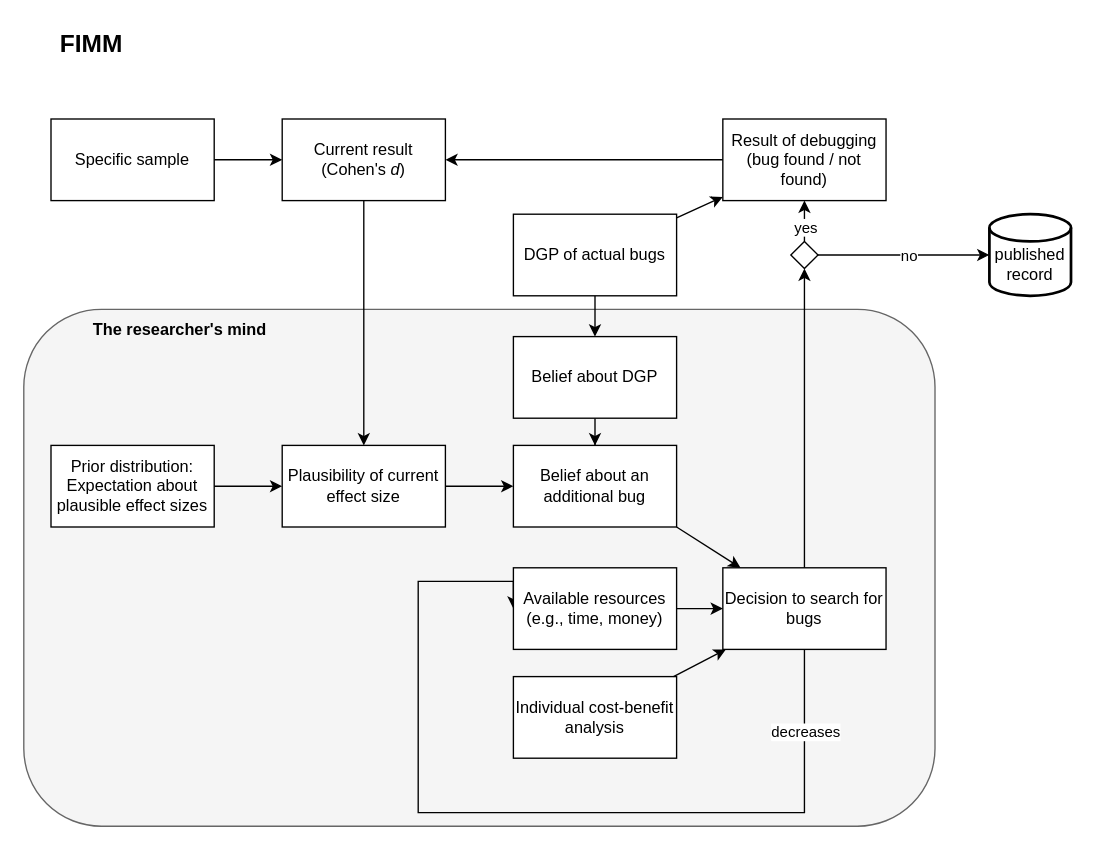
This is scientific_errors_VAST.drawio from nicebread/scientific_errors, a draw.io file, before an edit. Source tidied: cells renumbered, new cells numbered last; positions are measured from the earlier drawing's top-left corner, leaving out a move shared by most shapes. Both pictures are drawn from the tidied source at 136%, with x=0, y=0 at pixel (23, 23).
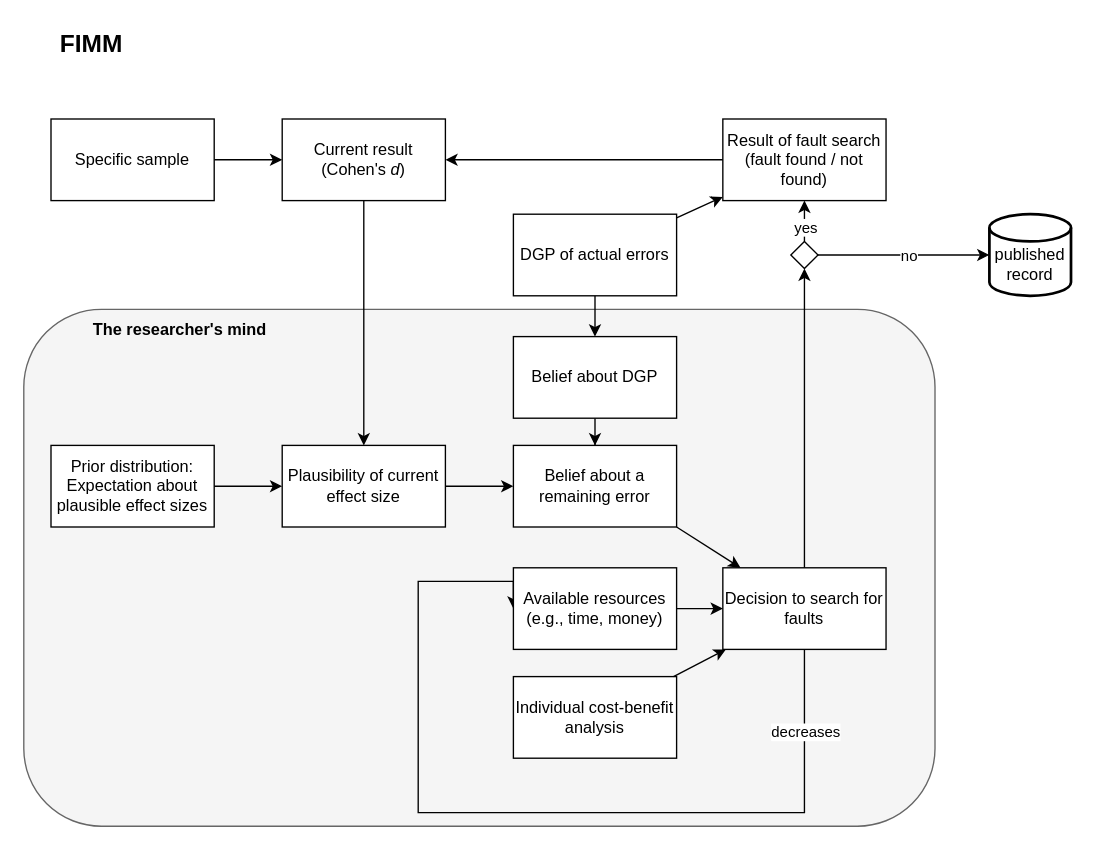
The same page after the edit.

What changed in the source:
```diff
@@
-    <mxCell id="9" value="Decision to search for bugs" style="rounded=0;whiteSpace=wrap;html=1;" parent="1" vertex="1">
+    <mxCell id="9" value="Decision to search for faults" style="rounded=0;whiteSpace=wrap;html=1;" parent="1" vertex="1">
       <mxGeometry x="514" y="400" width="120" height="60" as="geometry" />
     </mxCell>
@@
-    <mxCell id="15" value="Belief about an additional bug" style="rounded=0;whiteSpace=wrap;html=1;" parent="1" vertex="1">
+    <mxCell id="15" value="Belief about a remaining error" style="rounded=0;whiteSpace=wrap;html=1;" parent="1" vertex="1">
       <mxGeometry x="360" y="310" width="120" height="60" as="geometry" />
     </mxCell>
@@
-    <mxCell id="19" value="Result of debugging&lt;br&gt;(bug found / not found)" style="rounded=0;whiteSpace=wrap;html=1;" parent="1" vertex="1">
+    <mxCell id="19" value="Result of fault search&lt;br&gt;(fault found / not found)" style="rounded=0;whiteSpace=wrap;html=1;" parent="1" vertex="1">
       <mxGeometry x="514" y="70" width="120" height="60" as="geometry" />
     </mxCell>
@@
-    <mxCell id="23" value="DGP of actual bugs" style="rounded=0;whiteSpace=wrap;html=1;" parent="1" vertex="1">
+    <mxCell id="23" value="DGP of actual errors" style="rounded=0;whiteSpace=wrap;html=1;" parent="1" vertex="1">
       <mxGeometry x="360" y="140" width="120" height="60" as="geometry" />
     </mxCell>
```
